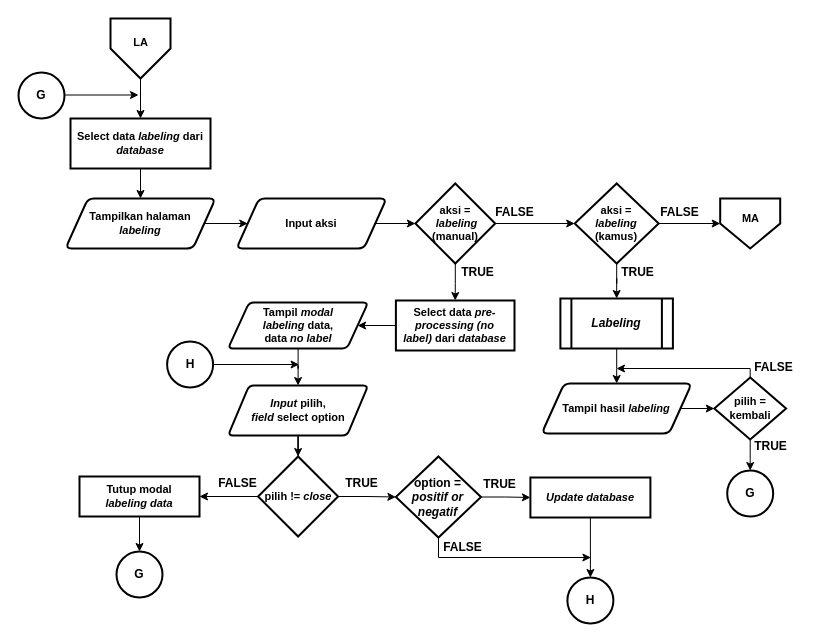
Above: Dokumen TA/Paper/Flowchart/Flowchart menu labeling.drawio in muspriandi/TextMining-SentimentAnalysis (draw.io), before the change. Source tidied: cells renumbered, new cells numbered last; positions are measured from the earlier drawing's top-left corner, leaving out a move shared by most shapes. Both pictures are drawn from the tidied source at 100%, with x=0, y=0 at pixel (18, 18).
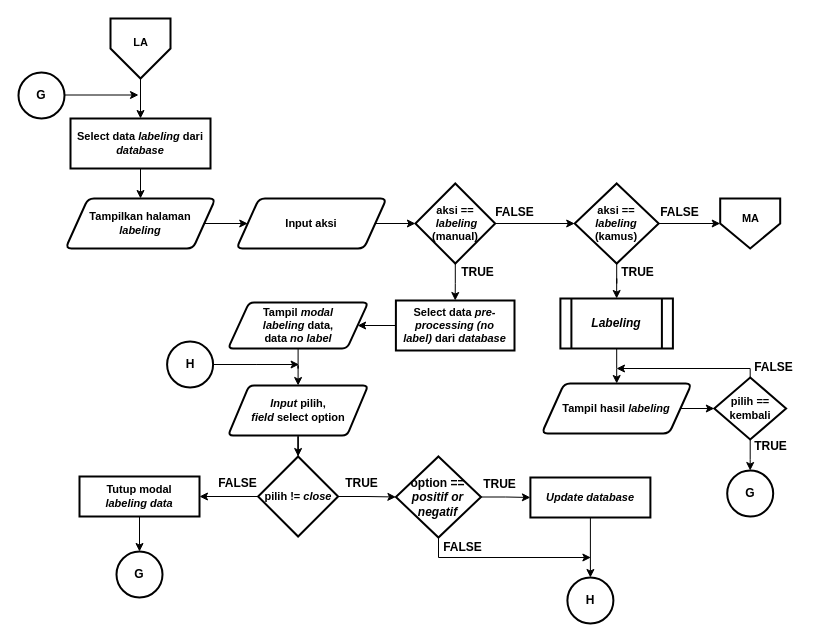
The same diagram, later.

What changed in the source:
```diff
@@
-    <mxCell id="18" value="&lt;b style=&quot;font-size: 11px&quot;&gt;&lt;font style=&quot;font-size: 11px&quot;&gt;aksi =&lt;br&gt;&amp;nbsp;&lt;i&gt;labeling &lt;/i&gt;(manual)&lt;br&gt;&lt;/font&gt;&lt;/b&gt;" style="rhombus;whiteSpace=wrap;html=1;strokeWidth=2;fontSize=11;" parent="1" vertex="1">
+    <mxCell id="18" value="&lt;b style=&quot;font-size: 11px&quot;&gt;&lt;font style=&quot;font-size: 11px&quot;&gt;aksi ==&lt;br&gt;&amp;nbsp;&lt;i&gt;labeling &lt;/i&gt;(manual)&lt;br&gt;&lt;/font&gt;&lt;/b&gt;" style="rhombus;whiteSpace=wrap;html=1;strokeWidth=2;fontSize=11;" parent="1" vertex="1">
       <mxGeometry x="396.9" y="165" width="79.8" height="80" as="geometry" />
     </mxCell>
@@
-    <mxCell id="22" value="&lt;b style=&quot;font-size: 11px&quot;&gt;&lt;font style=&quot;font-size: 11px&quot;&gt;aksi = &lt;br&gt;&lt;i&gt;labeling&lt;/i&gt;&lt;br style=&quot;font-size: 11px&quot;&gt;(kamus)&lt;/font&gt;&lt;/b&gt;" style="rhombus;whiteSpace=wrap;html=1;strokeWidth=2;fontSize=11;" parent="1" vertex="1">
+    <mxCell id="22" value="&lt;b style=&quot;font-size: 11px&quot;&gt;&lt;font style=&quot;font-size: 11px&quot;&gt;aksi ==&lt;br&gt;&lt;i&gt;labeling&lt;/i&gt;&lt;br style=&quot;font-size: 11px&quot;&gt;(kamus)&lt;/font&gt;&lt;/b&gt;" style="rhombus;whiteSpace=wrap;html=1;strokeWidth=2;fontSize=11;" parent="1" vertex="1">
       <mxGeometry x="556.2" y="165" width="84" height="80" as="geometry" />
     </mxCell>
@@
-    <mxCell id="34" value="&lt;b&gt;&lt;font style=&quot;font-size: 12px&quot;&gt;option =&lt;br&gt;&lt;i&gt;positif or negatif&lt;/i&gt;&lt;/font&gt;&lt;/b&gt;" style="rhombus;whiteSpace=wrap;html=1;strokeWidth=2;" parent="1" vertex="1">
+    <mxCell id="34" value="&lt;b&gt;&lt;font style=&quot;font-size: 12px&quot;&gt;option ==&lt;br&gt;&lt;i&gt;positif or negatif&lt;/i&gt;&lt;/font&gt;&lt;/b&gt;" style="rhombus;whiteSpace=wrap;html=1;strokeWidth=2;" parent="1" vertex="1">
       <mxGeometry x="377.4" y="438" width="85.1" height="81" as="geometry" />
     </mxCell>
@@
-    <mxCell id="60" value="&lt;b style=&quot;font-size: 11px&quot;&gt;&lt;font style=&quot;font-size: 11px&quot;&gt;pilih = kembali&lt;br&gt;&lt;/font&gt;&lt;/b&gt;" style="rhombus;whiteSpace=wrap;html=1;strokeWidth=2;fontSize=11;" parent="1" vertex="1">
+    <mxCell id="60" value="&lt;b style=&quot;font-size: 11px&quot;&gt;&lt;font style=&quot;font-size: 11px&quot;&gt;pilih == kembali&lt;br&gt;&lt;/font&gt;&lt;/b&gt;" style="rhombus;whiteSpace=wrap;html=1;strokeWidth=2;fontSize=11;" parent="1" vertex="1">
       <mxGeometry x="695.8" y="359" width="71.8" height="62" as="geometry" />
     </mxCell>
```
